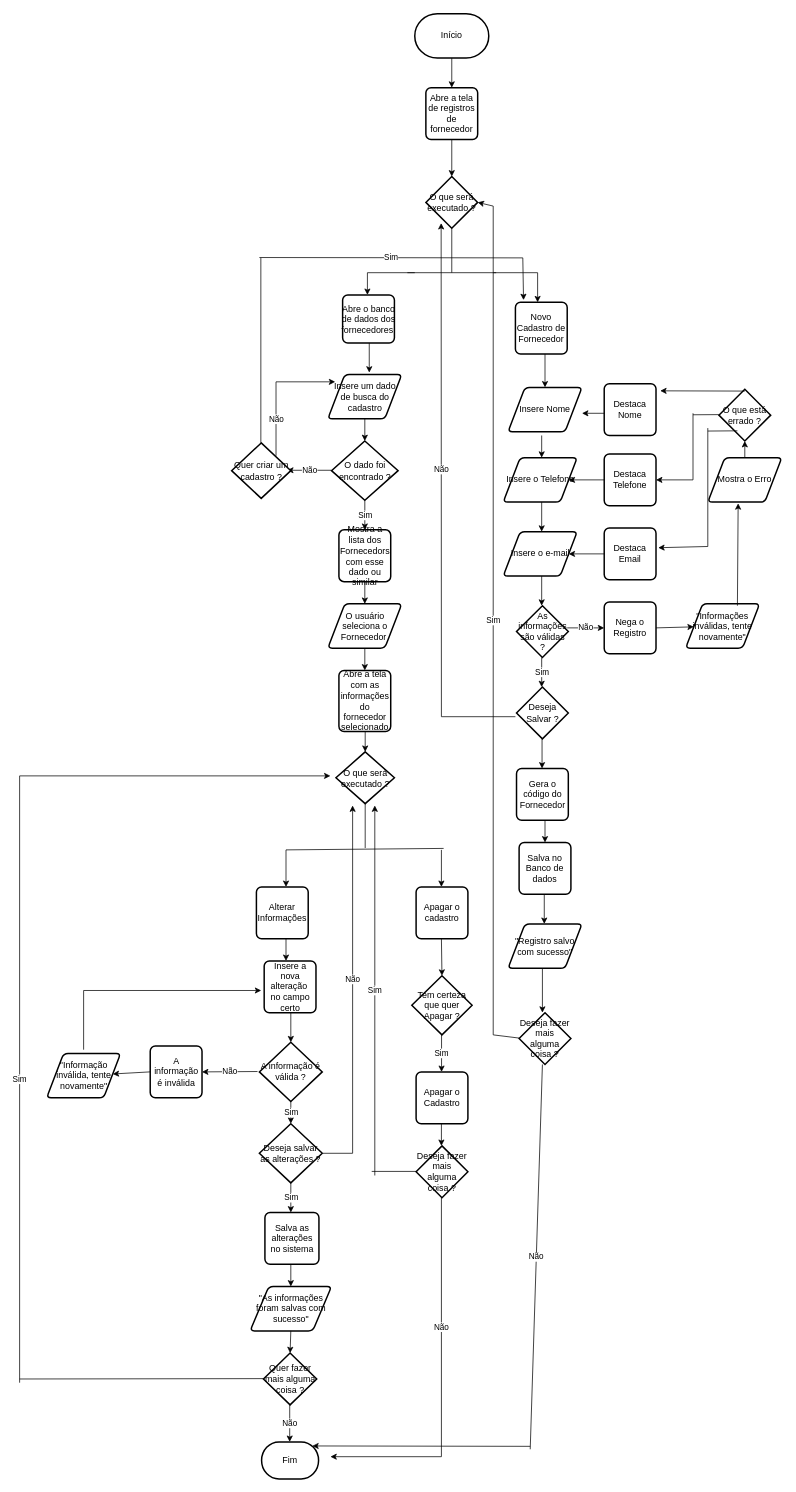
This is page "Cadastro-de-Fornecedor" (5 of 14) of DOC/Fluxograma.drawio from GuilhermeIgarashi7/avatar-Fluxograma, a draw.io file, before an edit. Source tidied: cells renumbered, new cells numbered last; positions are measured from the earlier drawing's top-left corner, leaving out a move shared by most shapes. Both pictures are drawn from the tidied source at 74%, with x=0, y=0 at pixel (19, 13).
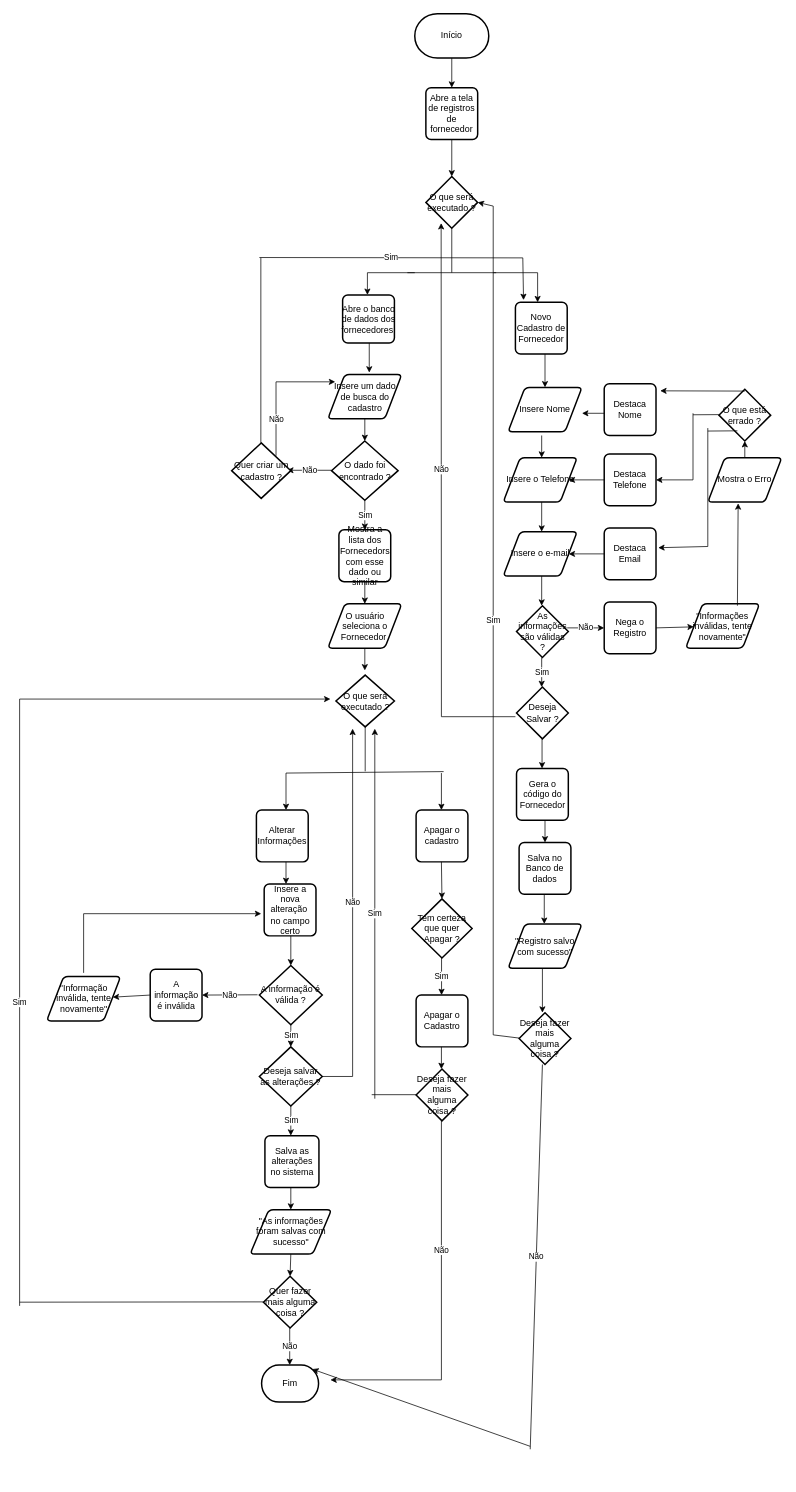
After the change.

Commit message (it also covers changes not shown here):
Só pensa dnv no fornecedor

The edit, as a diff of the source:
```diff
@@
     <mxCell id="12" value="Insere a nova alteração&amp;nbsp; no campo certo" style="rounded=1;whiteSpace=wrap;html=1;absoluteArcSize=1;arcSize=14;strokeWidth=2;" parent="1" vertex="1">
-      <mxGeometry x="330.5" y="1280" width="70" height="70" as="geometry" />
+      <mxGeometry x="330.5" y="1176.2" width="70" height="70" as="geometry" />
     </mxCell>
     <mxCell id="13" style="endArrow=classic;html=1;rounded=0;" parent="1" edge="1">
       <mxGeometry relative="1" as="geometry">
-        <mxPoint x="366.5" y="1350" as="sourcePoint" />
-        <mxPoint x="366.5" y="1390" as="targetPoint" />
+        <mxPoint x="366.5" y="1246.2" as="sourcePoint" />
+        <mxPoint x="366.5" y="1286.2" as="targetPoint" />
       </mxGeometry>
     </mxCell>
     <mxCell id="14" value="A informação é válida ?" style="strokeWidth=2;html=1;shape=mxgraph.flowchart.decision;whiteSpace=wrap;" parent="1" vertex="1">
-      <mxGeometry x="324" y="1390" width="85" height="80" as="geometry" />
+      <mxGeometry x="324" y="1286.2" width="85" height="80" as="geometry" />
     </mxCell>
     <mxCell id="15" value="Não" style="endArrow=classic;html=1;rounded=0;" parent="1" edge="1">
       <mxGeometry relative="1" as="geometry">
-        <mxPoint x="321.5" y="1429.5" as="sourcePoint" />
-        <mxPoint x="246.5" y="1430" as="targetPoint" />
+        <mxPoint x="321.5" y="1325.8" as="sourcePoint" />
+        <mxPoint x="246.5" y="1326.2" as="targetPoint" />
       </mxGeometry>
     </mxCell>
     <mxCell id="16" value="A informação é inválida" style="rounded=1;whiteSpace=wrap;html=1;absoluteArcSize=1;arcSize=14;strokeWidth=2;" parent="1" vertex="1">
-      <mxGeometry x="176.5" y="1395" width="70" height="70" as="geometry" />
+      <mxGeometry x="176.5" y="1291.2" width="70" height="70" as="geometry" />
     </mxCell>
     <mxCell id="17" value="&quot;Informação inválida, tente novamente&quot;" style="shape=parallelogram;html=1;strokeWidth=2;perimeter=parallelogramPerimeter;whiteSpace=wrap;rounded=1;arcSize=12;size=0.23;" parent="1" vertex="1">
-      <mxGeometry x="36.5" y="1405" width="100" height="60" as="geometry" />
+      <mxGeometry x="36.5" y="1301.2" width="100" height="60" as="geometry" />
     </mxCell>
     <mxCell id="18" style="endArrow=classic;html=1;rounded=0;" parent="1" edge="1" target="17">
       <mxGeometry relative="1" as="geometry">
-        <mxPoint x="176.5" y="1430" as="sourcePoint" />
+        <mxPoint x="176.5" y="1326.2" as="sourcePoint" />
       </mxGeometry>
     </mxCell>
     <mxCell id="19" style="endArrow=none;html=1;rounded=0;" parent="1" edge="1">
       <mxGeometry relative="1" as="geometry">
-        <mxPoint x="86.5" y="1400" as="sourcePoint" />
-        <mxPoint x="86.5" y="1320" as="targetPoint" />
+        <mxPoint x="86.5" y="1296.2" as="sourcePoint" />
+        <mxPoint x="86.5" y="1216.2" as="targetPoint" />
       </mxGeometry>
     </mxCell>
     <mxCell id="20" style="endArrow=classic;html=1;rounded=0;" parent="1" edge="1">
       <mxGeometry relative="1" as="geometry">
-        <mxPoint x="86.5" y="1320" as="sourcePoint" />
-        <mxPoint x="326.5" y="1320" as="targetPoint" />
+        <mxPoint x="86.5" y="1216.2" as="sourcePoint" />
+        <mxPoint x="326.5" y="1216.2" as="targetPoint" />
       </mxGeometry>
     </mxCell>
     <mxCell id="21" value="Sim" style="endArrow=classic;html=1;rounded=0;" parent="1" edge="1">
       <mxGeometry relative="1" as="geometry">
-        <mxPoint x="366.5" y="1470" as="sourcePoint" />
-        <mxPoint x="366.5" y="1500" as="targetPoint" />
+        <mxPoint x="366.5" y="1366.2" as="sourcePoint" />
+        <mxPoint x="366.5" y="1396.2" as="targetPoint" />
       </mxGeometry>
     </mxCell>
     <mxCell id="22" value="Deseja salvar as alterações ?" style="strokeWidth=2;html=1;shape=mxgraph.flowchart.decision;whiteSpace=wrap;" parent="1" vertex="1">
-      <mxGeometry x="324" y="1500" width="85" height="80" as="geometry" />
+      <mxGeometry x="324" y="1396.2" width="85" height="80" as="geometry" />
     </mxCell>
     <mxCell id="23" value="Sim" style="endArrow=classic;html=1;rounded=0;" parent="1" edge="1">
       <mxGeometry relative="1" as="geometry">
-        <mxPoint x="366.5" y="1580" as="sourcePoint" />
-        <mxPoint x="366.5" y="1620" as="targetPoint" />
+        <mxPoint x="366.5" y="1476.2" as="sourcePoint" />
+        <mxPoint x="366.5" y="1516.2" as="targetPoint" />
       </mxGeometry>
     </mxCell>
     <mxCell id="24" value="Salva as alterações no sistema" style="rounded=1;whiteSpace=wrap;html=1;absoluteArcSize=1;arcSize=14;strokeWidth=2;" parent="1" vertex="1">
-      <mxGeometry x="331.5" y="1620" width="73" height="70" as="geometry" />
+      <mxGeometry x="331.5" y="1516.2" width="73" height="70" as="geometry" />
     </mxCell>
     <mxCell id="25" style="endArrow=classic;html=1;rounded=0;" parent="1" edge="1">
       <mxGeometry relative="1" as="geometry">
-        <mxPoint x="366.5" y="1690" as="sourcePoint" />
-        <mxPoint x="366.5" y="1720" as="targetPoint" />
+        <mxPoint x="366.5" y="1586.2" as="sourcePoint" />
+        <mxPoint x="366.5" y="1616.2" as="targetPoint" />
       </mxGeometry>
     </mxCell>
     <mxCell id="26" value="&quot;As informações foram salvas com sucesso&quot;" style="shape=parallelogram;html=1;strokeWidth=2;perimeter=parallelogramPerimeter;whiteSpace=wrap;rounded=1;arcSize=12;size=0.23;" parent="1" vertex="1">
-      <mxGeometry x="311.5" y="1720" width="110" height="60" as="geometry" />
+      <mxGeometry x="311.5" y="1616.2" width="110" height="60" as="geometry" />
     </mxCell>
     <mxCell id="27" value="Tem certeza que quer Apagar ?" style="strokeWidth=2;html=1;shape=mxgraph.flowchart.decision;whiteSpace=wrap;" parent="1" vertex="1">
-      <mxGeometry x="530" y="1300" width="81.5" height="80" as="geometry" />
+      <mxGeometry x="530" y="1196.2" width="81.5" height="80" as="geometry" />
     </mxCell>
     <mxCell id="28" value="Sim" style="endArrow=classic;html=1;rounded=0;" parent="1" edge="1">
       <mxGeometry relative="1" as="geometry">
-        <mxPoint x="570.2" y="1380" as="sourcePoint" />
-        <mxPoint x="570.2" y="1430" as="targetPoint" />
+        <mxPoint x="570.2" y="1276.2" as="sourcePoint" />
+        <mxPoint x="570.2" y="1326.2" as="targetPoint" />
       </mxGeometry>
     </mxCell>
     <mxCell id="29" value="Apagar o Cadastro" style="rounded=1;whiteSpace=wrap;html=1;absoluteArcSize=1;arcSize=14;strokeWidth=2;" parent="1" vertex="1">
-      <mxGeometry x="535.8" y="1430" width="70" height="70" as="geometry" />
+      <mxGeometry x="535.8" y="1326.2" width="70" height="70" as="geometry" />
     </mxCell>
@@
-    <mxCell id="34" value="Abre a tela com as informações do fornecedor selecionado" style="rounded=1;whiteSpace=wrap;html=1;absoluteArcSize=1;arcSize=14;strokeWidth=2;" parent="1" vertex="1">
-      <mxGeometry x="431.5" y="887.5" width="70" height="82.5" as="geometry" />
-    </mxCell>
-    <mxCell id="35" style="endArrow=classic;html=1;rounded=0;" parent="1" edge="1">
-      <mxGeometry relative="1" as="geometry">
-        <mxPoint x="467" y="970" as="sourcePoint" />
-        <mxPoint x="467" y="997.5" as="targetPoint" />
-      </mxGeometry>
-    </mxCell>
     <mxCell id="36" value="Quer fazer mais alguma coisa ?" style="strokeWidth=2;html=1;shape=mxgraph.flowchart.decision;whiteSpace=wrap;" parent="1" vertex="1">
-      <mxGeometry x="329.5" y="1810" width="72" height="70" as="geometry" />
+      <mxGeometry x="329.5" y="1706.2" width="72" height="70" as="geometry" />
     </mxCell>
     <mxCell id="37" style="endArrow=classic;html=1;rounded=0;entryX=0.5;entryY=0;entryDx=0;entryDy=0;entryPerimeter=0;" parent="1" edge="1" target="36">
       <mxGeometry relative="1" as="geometry">
-        <mxPoint x="366.5" y="1780" as="sourcePoint" />
+        <mxPoint x="366.5" y="1676.2" as="sourcePoint" />
       </mxGeometry>
     </mxCell>
@@
     <mxCell id="40" value="O que será executado ?" style="strokeWidth=2;html=1;shape=mxgraph.flowchart.decision;whiteSpace=wrap;" parent="1" vertex="1">
-      <mxGeometry x="427.5" y="997.5" width="79" height="70" as="geometry" />
+      <mxGeometry x="427.5" y="893.8" width="79" height="70" as="geometry" />
     </mxCell>
     <mxCell id="41" style="endArrow=none;html=1;rounded=0;" parent="1" edge="1">
       <mxGeometry relative="1" as="geometry">
-        <mxPoint x="467" y="1127.5" as="sourcePoint" />
-        <mxPoint x="467" y="1067.5" as="targetPoint" />
+        <mxPoint x="467" y="1023.8" as="sourcePoint" />
+        <mxPoint x="467" y="963.8" as="targetPoint" />
       </mxGeometry>
     </mxCell>
     <mxCell id="42" style="endArrow=none;html=1;rounded=0;" parent="1" edge="1">
       <mxGeometry relative="1" as="geometry">
-        <mxPoint x="360" y="1130" as="sourcePoint" />
-        <mxPoint x="573" y="1128" as="targetPoint" />
+        <mxPoint x="360" y="1026.2" as="sourcePoint" />
+        <mxPoint x="573" y="1024.2" as="targetPoint" />
       </mxGeometry>
     </mxCell>
@@
     <mxCell id="53" style="endArrow=classic;html=1;rounded=0;" parent="1" edge="1">
       <mxGeometry relative="1" as="geometry">
-        <mxPoint x="360" y="1130" as="sourcePoint" />
-        <mxPoint x="360" y="1180" as="targetPoint" />
+        <mxPoint x="360" y="1026.2" as="sourcePoint" />
+        <mxPoint x="360" y="1076.2" as="targetPoint" />
       </mxGeometry>
     </mxCell>
     <mxCell id="54" value="Alterar Informações" style="rounded=1;whiteSpace=wrap;html=1;absoluteArcSize=1;arcSize=14;strokeWidth=2;" parent="1" vertex="1">
-      <mxGeometry x="320" y="1180" width="70" height="70" as="geometry" />
+      <mxGeometry x="320" y="1076.2" width="70" height="70" as="geometry" />
     </mxCell>
     <mxCell id="55" style="endArrow=classic;html=1;rounded=0;" parent="1" edge="1">
       <mxGeometry relative="1" as="geometry">
-        <mxPoint x="360" y="1250" as="sourcePoint" />
-        <mxPoint x="360" y="1280" as="targetPoint" />
+        <mxPoint x="360" y="1146.2" as="sourcePoint" />
+        <mxPoint x="360" y="1176.2" as="targetPoint" />
       </mxGeometry>
     </mxCell>
     <mxCell id="56" style="endArrow=none;html=1;rounded=0;" parent="1" edge="1">
       <mxGeometry relative="1" as="geometry">
-        <mxPoint x="410" y="1540" as="sourcePoint" />
-        <mxPoint x="450" y="1540" as="targetPoint" />
+        <mxPoint x="410" y="1436.2" as="sourcePoint" />
+        <mxPoint x="450" y="1436.2" as="targetPoint" />
       </mxGeometry>
     </mxCell>
     <mxCell id="57" value="Não" style="endArrow=classic;html=1;rounded=0;" parent="1" edge="1">
       <mxGeometry relative="1" as="geometry">
-        <mxPoint x="450" y="1540" as="sourcePoint" />
-        <mxPoint x="450" y="1070" as="targetPoint" />
+        <mxPoint x="450" y="1436.2" as="sourcePoint" />
+        <mxPoint x="450" y="966.2" as="targetPoint" />
       </mxGeometry>
     </mxCell>
@@
     <mxCell id="61" value="Não" style="endArrow=classic;html=1;rounded=0;" parent="1" edge="1">
       <mxGeometry relative="1" as="geometry">
-        <mxPoint x="365" y="1880" as="sourcePoint" />
-        <mxPoint x="365" y="1930" as="targetPoint" />
+        <mxPoint x="365" y="1776.2" as="sourcePoint" />
+        <mxPoint x="365" y="1826.2" as="targetPoint" />
       </mxGeometry>
     </mxCell>
     <mxCell id="62" value="Fim" style="strokeWidth=2;html=1;shape=mxgraph.flowchart.terminator;whiteSpace=wrap;" parent="1" vertex="1">
-      <mxGeometry x="327" y="1930" width="77" height="50" as="geometry" />
+      <mxGeometry x="327" y="1826.2" width="77" height="50" as="geometry" />
     </mxCell>
     <mxCell id="63" style="endArrow=classic;html=1;rounded=0;" parent="1" edge="1">
       <mxGeometry relative="1" as="geometry">
-        <mxPoint x="570" y="1130" as="sourcePoint" />
-        <mxPoint x="570" y="1180" as="targetPoint" />
+        <mxPoint x="570" y="1026.2" as="sourcePoint" />
+        <mxPoint x="570" y="1076.2" as="targetPoint" />
       </mxGeometry>
     </mxCell>
     <mxCell id="64" value="Apagar o cadastro" style="rounded=1;whiteSpace=wrap;html=1;absoluteArcSize=1;arcSize=14;strokeWidth=2;" parent="1" vertex="1">
-      <mxGeometry x="535.8" y="1180" width="70" height="70" as="geometry" />
+      <mxGeometry x="535.8" y="1076.2" width="70" height="70" as="geometry" />
     </mxCell>
     <mxCell id="65" style="endArrow=classic;html=1;rounded=0;entryX=0.5;entryY=0;entryDx=0;entryDy=0;entryPerimeter=0;" parent="1" edge="1" target="27">
       <mxGeometry relative="1" as="geometry">
-        <mxPoint x="570" y="1250" as="sourcePoint" />
+        <mxPoint x="570" y="1146.2" as="sourcePoint" />
       </mxGeometry>
     </mxCell>
     <mxCell id="66" value="Deseja fazer mais alguma coisa ?" style="strokeWidth=2;html=1;shape=mxgraph.flowchart.decision;whiteSpace=wrap;" parent="1" vertex="1">
-      <mxGeometry x="535.8" y="1530" width="70" height="70" as="geometry" />
+      <mxGeometry x="535.8" y="1426.2" width="70" height="70" as="geometry" />
     </mxCell>
     <mxCell id="67" style="endArrow=classic;html=1;rounded=0;" parent="1" edge="1">
       <mxGeometry relative="1" as="geometry">
-        <mxPoint x="570" y="1500" as="sourcePoint" />
-        <mxPoint x="570" y="1530" as="targetPoint" />
+        <mxPoint x="570" y="1396.2" as="sourcePoint" />
+        <mxPoint x="570" y="1426.2" as="targetPoint" />
       </mxGeometry>
     </mxCell>
     <mxCell id="68" style="endArrow=none;html=1;rounded=0;" parent="1" edge="1">
       <mxGeometry relative="1" as="geometry">
-        <mxPoint x="475.8" y="1564.5" as="sourcePoint" />
-        <mxPoint x="535.8" y="1564.5" as="targetPoint" />
+        <mxPoint x="475.8" y="1460.8" as="sourcePoint" />
+        <mxPoint x="535.8" y="1460.8" as="targetPoint" />
       </mxGeometry>
     </mxCell>
     <mxCell id="69" value="Sim" style="endArrow=classic;html=1;rounded=0;" parent="1" edge="1">
       <mxGeometry relative="1" as="geometry">
-        <mxPoint x="480" y="1570" as="sourcePoint" />
-        <mxPoint x="480" y="1070" as="targetPoint" />
+        <mxPoint x="480" y="1466.2" as="sourcePoint" />
+        <mxPoint x="480" y="966.2" as="targetPoint" />
       </mxGeometry>
     </mxCell>
     <mxCell id="70" value="Não" style="endArrow=none;html=1;rounded=0;" parent="1" edge="1">
       <mxGeometry relative="1" as="geometry">
-        <mxPoint x="570" y="1950" as="sourcePoint" />
-        <mxPoint x="570" y="1600" as="targetPoint" />
+        <mxPoint x="570" y="1846.2" as="sourcePoint" />
+        <mxPoint x="570" y="1496.2" as="targetPoint" />
       </mxGeometry>
     </mxCell>
     <mxCell id="71" style="endArrow=classic;html=1;rounded=0;" parent="1" edge="1">
       <mxGeometry relative="1" as="geometry">
-        <mxPoint x="570" y="1950" as="sourcePoint" />
-        <mxPoint x="420" y="1950" as="targetPoint" />
+        <mxPoint x="570" y="1846.2" as="sourcePoint" />
+        <mxPoint x="420" y="1846.2" as="targetPoint" />
       </mxGeometry>
     </mxCell>
@@
     <mxCell id="114" style="endArrow=none;html=1;rounded=0;" parent="1" edge="1">
       <mxGeometry relative="1" as="geometry">
-        <mxPoint y="1845" as="sourcePoint" />
-        <mxPoint x="329.5" y="1844.5" as="targetPoint" />
+        <mxPoint y="1741.2" as="sourcePoint" />
+        <mxPoint x="329.5" y="1740.8" as="targetPoint" />
       </mxGeometry>
     </mxCell>
     <mxCell id="115" value="Sim" style="endArrow=none;html=1;rounded=0;" parent="1" edge="1">
       <mxGeometry relative="1" as="geometry">
-        <mxPoint y="1850" as="sourcePoint" />
-        <mxPoint y="1030" as="targetPoint" />
+        <mxPoint y="1746.2" as="sourcePoint" />
+        <mxPoint y="926.2" as="targetPoint" />
       </mxGeometry>
     </mxCell>
     <mxCell id="116" style="endArrow=classic;html=1;rounded=0;" parent="1" edge="1">
       <mxGeometry relative="1" as="geometry">
-        <mxPoint y="1030" as="sourcePoint" />
-        <mxPoint x="420" y="1030" as="targetPoint" />
+        <mxPoint y="926.2" as="sourcePoint" />
+        <mxPoint x="420" y="926.2" as="targetPoint" />
       </mxGeometry>
     </mxCell>
```
